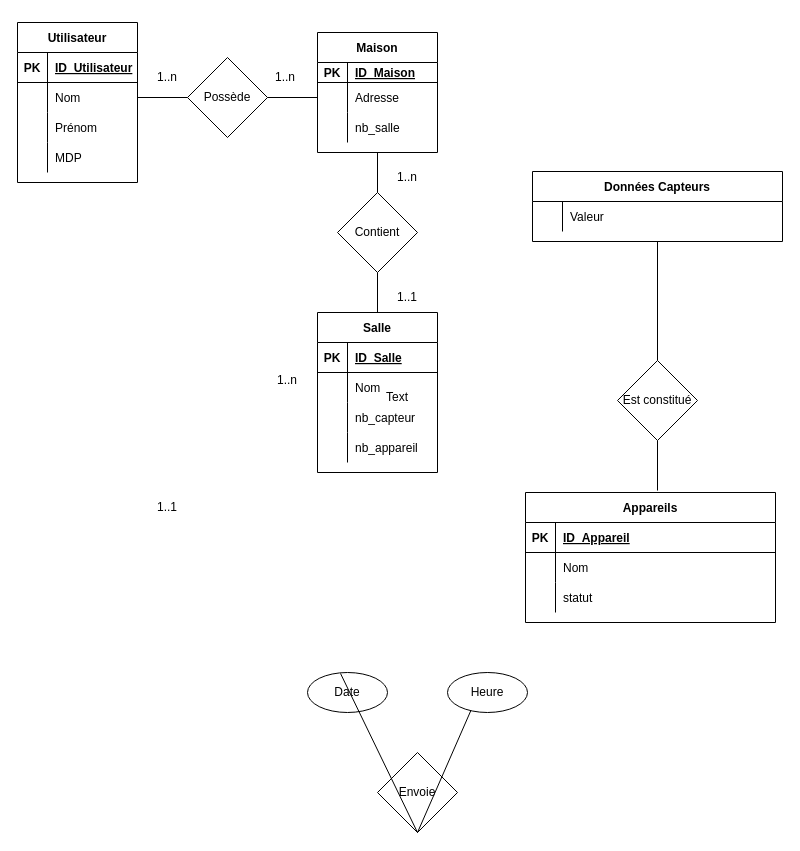
This is Diagramme sans nom.drawio from Elias-djebbour/SmartPhome, a draw.io file, before an edit. Source tidied: cells renumbered, new cells numbered last; positions are measured from the earlier drawing's top-left corner, leaving out a move shared by most shapes. Both pictures are drawn from the tidied source at 100%, with x=0, y=0 at pixel (17, 22).
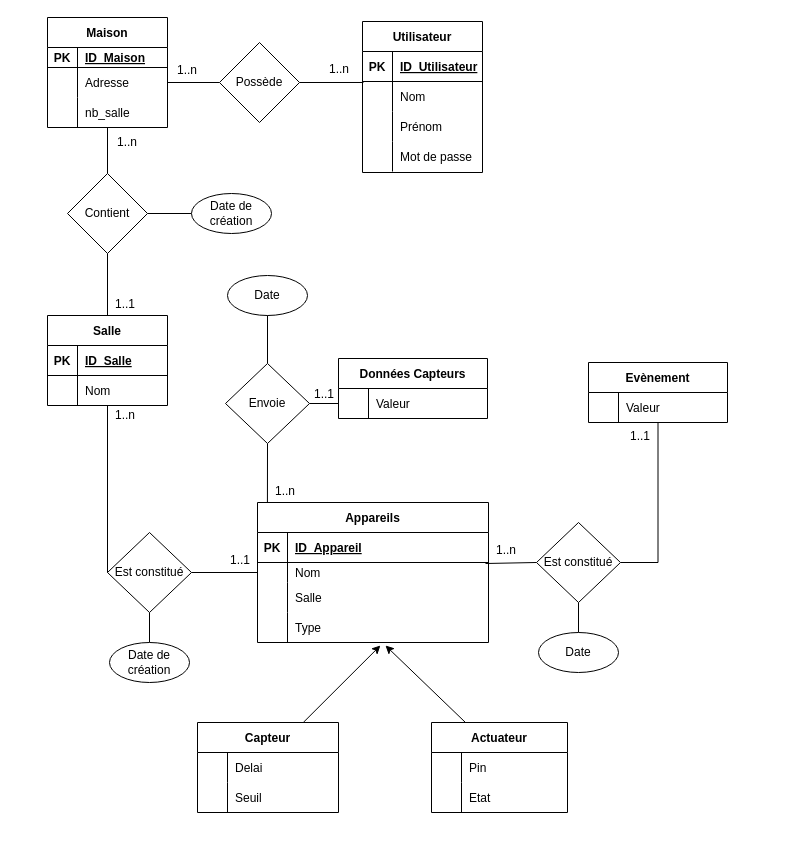
The same page after the edit.

Commit message (it also covers changes not shown here):
Mettre à jour Diagramme sans nom.drawio

Unchanged cells that the change refers to:
```xml
<mxCell id="16" style="shape=partialRectangle;fillColor=none;points=[[0,0.5],[1,0.5]];portConstraint=eastwest;top=0;left=0;right=0;bottom=0;" parent="12" vertex="1">
  <mxGeometry y="60" width="120" height="30" as="geometry" />
</mxCell>
<mxCell id="22" style="shape=partialRectangle;fillColor=none;top=0;left=0;right=0;bottom=0;" parent="12" vertex="1">
  <mxGeometry y="120" width="120" height="30" as="geometry" />
</mxCell>
<mxCell id="30" style="shape=partialRectangle;fillColor=none;points=[[0,0.5],[1,0.5]];portConstraint=eastwest;top=0;left=0;right=0;bottom=0;" parent="26" vertex="1">
  <mxGeometry y="50" width="120" height="30" as="geometry" />
</mxCell>
```

Diff of the diagram source:
```diff
@@
+    <mxCell id="73" style="rounded=0;jettySize=auto;html=1;exitX=0.043;exitY=0;exitDx=0;exitDy=0;entryX=0.5;entryY=1;entryDx=0;entryDy=0;endArrow=none;endFill=0;exitPerimeter=0;" parent="1" edge="1" source="2" target="56">
+      <mxGeometry relative="1" as="geometry" />
+    </mxCell>
     <mxCell id="2" value="Appareils" style="shape=table;startSize=30;childLayout=tableLayout;rowLines=0;fontStyle=1;align=center;" parent="1" vertex="1">
-      <mxGeometry x="508" y="470" width="250" height="130" as="geometry" />
+      <mxGeometry x="240" y="480" width="231" height="140" as="geometry" />
     </mxCell>
     <mxCell id="3" style="shape=partialRectangle;fillColor=none;top=0;left=0;right=0;bottom=1;" parent="2" vertex="1">
-      <mxGeometry y="30" width="250" height="30" as="geometry" />
+      <mxGeometry y="30" width="231" height="30" as="geometry" />
     </mxCell>
@@
     <mxCell id="5" value="ID_Appareil" style="shape=partialRectangle;overflow=hidden;fillColor=none;top=0;left=0;bottom=0;right=0;align=left;spacingLeft=6;fontStyle=5;" parent="3" vertex="1">
-      <mxGeometry x="30" width="220" height="30" as="geometry" />
+      <mxGeometry x="30" width="201" height="30" as="geometry" />
     </mxCell>
     <mxCell id="6" style="shape=partialRectangle;fillColor=none;points=[[0,0.5],[1,0.5]];portConstraint=eastwest;top=0;left=0;right=0;bottom=0;" parent="2" vertex="1">
-      <mxGeometry y="60" width="250" height="30" as="geometry" />
+      <mxGeometry y="60" width="231" height="20" as="geometry" />
     </mxCell>
     <mxCell id="7" style="shape=partialRectangle;overflow=hidden;fillColor=none;top=0;left=0;bottom=0;right=0;" parent="6" vertex="1">
-      <mxGeometry width="30" height="30" as="geometry" />
+      <mxGeometry width="30" height="20" as="geometry" />
     </mxCell>
     <mxCell id="8" value="Nom" style="shape=partialRectangle;overflow=hidden;fillColor=none;top=0;left=0;bottom=0;right=0;align=left;spacingLeft=6;" parent="6" vertex="1">
-      <mxGeometry x="30" width="220" height="30" as="geometry" />
+      <mxGeometry x="30" width="201" height="20" as="geometry" />
     </mxCell>
     <mxCell id="9" style="shape=partialRectangle;fillColor=none;top=0;left=0;right=0;bottom=0;" parent="2" vertex="1">
-      <mxGeometry y="90" width="250" height="30" as="geometry" />
+      <mxGeometry y="80" width="231" height="30" as="geometry" />
     </mxCell>
@@
-    <mxCell id="11" value="statut" style="shape=partialRectangle;overflow=hidden;fillColor=none;top=0;left=0;bottom=0;right=0;align=left;spacingLeft=6;" parent="9" vertex="1">
-      <mxGeometry x="30" width="220" height="30" as="geometry" />
+    <mxCell id="11" value="Salle" style="shape=partialRectangle;overflow=hidden;fillColor=none;top=0;left=0;bottom=0;right=0;align=left;spacingLeft=6;" parent="9" vertex="1">
+      <mxGeometry x="30" width="201" height="30" as="geometry" />
     </mxCell>
+    <mxCell id="74" style="shape=partialRectangle;fillColor=none;points=[[0,0.5],[1,0.5]];portConstraint=eastwest;top=0;left=0;right=0;bottom=0;" parent="2" vertex="1">
+      <mxGeometry y="110" width="231" height="30" as="geometry" />
+    </mxCell>
+    <mxCell id="75" style="shape=partialRectangle;overflow=hidden;fillColor=none;top=0;left=0;bottom=0;right=0;" parent="74" vertex="1">
+      <mxGeometry width="30" height="30" as="geometry" />
+    </mxCell>
+    <mxCell id="76" value="Type" style="shape=partialRectangle;overflow=hidden;fillColor=none;top=0;left=0;bottom=0;right=0;align=left;spacingLeft=6;" parent="74" vertex="1">
+      <mxGeometry x="30" width="201" height="30" as="geometry" />
+    </mxCell>
     <mxCell id="12" value="Utilisateur" style="shape=table;startSize=30;childLayout=tableLayout;rowLines=0;fontStyle=1;align=center;" parent="1" vertex="1">
-      <mxGeometry width="120" height="160" as="geometry" />
+      <mxGeometry x="345" y="-1" width="120" height="151" as="geometry" />
     </mxCell>
@@
-    <mxCell id="24" value="MDP" style="shape=partialRectangle;overflow=hidden;fillColor=none;top=0;left=0;bottom=0;right=0;align=left;spacingLeft=6;" parent="22" vertex="1">
+    <mxCell id="24" value="Mot de passe" style="shape=partialRectangle;overflow=hidden;fillColor=none;top=0;left=0;bottom=0;right=0;align=left;spacingLeft=6;" parent="22" vertex="1">
       <mxGeometry x="30" width="90" height="30" as="geometry" />
     </mxCell>
+    <mxCell id="77" style="rounded=0;jettySize=auto;html=1;exitX=1;exitY=0.5;exitDx=0;exitDy=0;entryX=0.008;entryY=0.033;entryDx=0;entryDy=0;entryPerimeter=0;endArrow=none;endFill=0;" parent="1" edge="1" source="25" target="16">
+      <mxGeometry relative="1" as="geometry" />
+    </mxCell>
+    <mxCell id="50" style="rounded=0;jettySize=auto;html=1;exitX=0;exitY=0.5;exitDx=0;exitDy=0;endArrow=none;endFill=0;" parent="1" edge="1" source="25" target="30">
+      <mxGeometry relative="1" as="geometry" />
+    </mxCell>
     <mxCell id="25" value="Possède" style="rhombus;whiteSpace=wrap;html=1;" parent="1" vertex="1">
-      <mxGeometry x="170" y="35" width="80" height="80" as="geometry" />
+      <mxGeometry x="202" y="20" width="80" height="80" as="geometry" />
     </mxCell>
     <mxCell id="26" value="Maison" style="shape=table;startSize=30;childLayout=tableLayout;rowLines=0;fontStyle=1;align=center;" parent="1" vertex="1">
-      <mxGeometry x="300" y="10" width="120" height="120" as="geometry" />
+      <mxGeometry x="30" y="-5" width="120" height="110" as="geometry" />
     </mxCell>
@@
     <mxCell id="36" value="Salle" style="shape=table;startSize=30;childLayout=tableLayout;rowLines=0;fontStyle=1;align=center;" parent="1" vertex="1">
-      <mxGeometry x="300" y="290" width="120" height="160" as="geometry" />
+      <mxGeometry x="30" y="293" width="120" height="90" as="geometry" />
     </mxCell>
@@
-    <mxCell id="43" style="shape=partialRectangle;fillColor=none;top=0;left=0;right=0;bottom=0;" parent="36" vertex="1">
-      <mxGeometry y="90" width="120" height="30" as="geometry" />
-    </mxCell>
-    <mxCell id="44" style="shape=partialRectangle;overflow=hidden;fillColor=none;top=0;left=0;bottom=0;right=0;" parent="43" vertex="1">
-      <mxGeometry width="30" height="30" as="geometry" />
-    </mxCell>
-    <mxCell id="45" value="nb_capteur" style="shape=partialRectangle;overflow=hidden;fillColor=none;top=0;left=0;bottom=0;right=0;align=left;spacingLeft=6;" parent="43" vertex="1">
-      <mxGeometry x="30" width="90" height="30" as="geometry" />
-    </mxCell>
-    <mxCell id="46" style="shape=partialRectangle;fillColor=none;top=0;left=0;right=0;bottom=0;" parent="36" vertex="1">
-      <mxGeometry y="120" width="120" height="30" as="geometry" />
-    </mxCell>
-    <mxCell id="47" style="shape=partialRectangle;overflow=hidden;fillColor=none;top=0;left=0;bottom=0;right=0;" parent="46" vertex="1">
-      <mxGeometry width="30" height="30" as="geometry" />
-    </mxCell>
-    <mxCell id="48" value="nb_appareil" style="shape=partialRectangle;overflow=hidden;fillColor=none;top=0;left=0;bottom=0;right=0;align=left;spacingLeft=6;" parent="46" vertex="1">
-      <mxGeometry x="30" width="90" height="30" as="geometry" />
-    </mxCell>
-    <mxCell id="49" style="endArrow=none;html=1;rounded=0;entryX=0;entryY=0.5;entryDx=0;entryDy=0;exitX=1;exitY=0.5;exitDx=0;exitDy=0;" parent="1" edge="1" source="16" target="25">
-      <mxGeometry relative="1" as="geometry" />
-    </mxCell>
-    <mxCell id="50" style="endArrow=none;html=1;rounded=0;exitX=1;exitY=0.5;exitDx=0;exitDy=0;entryX=0;entryY=0.5;entryDx=0;entryDy=0;" parent="1" edge="1" source="25" target="30">
-      <mxGeometry relative="1" as="geometry" />
-    </mxCell>
+    <mxCell id="78" style="rounded=0;jettySize=auto;html=1;exitX=1;exitY=0.5;exitDx=0;exitDy=0;entryX=0;entryY=0.5;entryDx=0;entryDy=0;endArrow=none;endFill=0;" parent="1" edge="1" source="51" target="108">
+      <mxGeometry relative="1" as="geometry" />
+    </mxCell>
     <mxCell id="51" value="Contient" style="rhombus;whiteSpace=wrap;html=1;" parent="1" vertex="1">
-      <mxGeometry x="320" y="170" width="80" height="80" as="geometry" />
+      <mxGeometry x="50" y="151" width="80" height="80" as="geometry" />
     </mxCell>
@@
-    <mxCell id="54" value="Est constitué" style="rhombus;whiteSpace=wrap;html=1;" parent="1" vertex="1">
-      <mxGeometry x="600" y="338" width="80" height="80" as="geometry" />
-    </mxCell>
-    <mxCell id="55" style="endArrow=none;html=1;rounded=0;entryX=0.5;entryY=1;entryDx=0;entryDy=0;exitX=0.528;exitY=-0.015;exitDx=0;exitDy=0;exitPerimeter=0;" parent="1" edge="1" source="2" target="54">
-      <mxGeometry relative="1" as="geometry" />
-    </mxCell>
-    <mxCell id="56" value="Envoie" style="rhombus;whiteSpace=wrap;html=1;" parent="1" vertex="1">
-      <mxGeometry x="360" y="730" width="80" height="80" as="geometry" />
-    </mxCell>
     <mxCell id="57" value="Données Capteurs" style="shape=table;startSize=30;childLayout=tableLayout;rowLines=0;fontStyle=1;align=center;" parent="1" vertex="1">
-      <mxGeometry x="515" y="149" width="250" height="70" as="geometry" />
+      <mxGeometry x="321" y="336" width="149" height="60" as="geometry" />
     </mxCell>
     <mxCell id="58" style="shape=partialRectangle;fillColor=none;points=[[0,0.5],[1,0.5]];portConstraint=eastwest;top=0;left=0;right=0;bottom=0;" parent="57" vertex="1">
-      <mxGeometry y="30" width="250" height="30" as="geometry" />
+      <mxGeometry y="30" width="149" height="30" as="geometry" />
     </mxCell>
@@
     <mxCell id="60" value="Valeur" style="shape=partialRectangle;overflow=hidden;fillColor=none;top=0;left=0;bottom=0;right=0;align=left;spacingLeft=6;" parent="58" vertex="1">
-      <mxGeometry x="30" width="220" height="30" as="geometry" />
+      <mxGeometry x="30" width="119" height="30" as="geometry" />
     </mxCell>
     <mxCell id="61" value="Date" style="ellipse;whiteSpace=wrap;html=1;" parent="1" vertex="1">
-      <mxGeometry x="290" y="650" width="80" height="40" as="geometry" />
+      <mxGeometry x="210" y="253" width="80" height="40" as="geometry" />
     </mxCell>
+    <mxCell id="79" style="rounded=0;jettySize=auto;html=1;exitX=1;exitY=0.5;exitDx=0;exitDy=0;entryX=0;entryY=0.5;entryDx=0;entryDy=0;endArrow=none;endFill=0;" parent="1" edge="1" source="80" target="6">
+      <mxGeometry relative="1" as="geometry" />
+    </mxCell>
+    <mxCell id="80" value="Est constitué" style="rhombus;whiteSpace=wrap;html=1;" parent="1" vertex="1">
+      <mxGeometry x="90" y="510" width="84" height="80" as="geometry" />
+    </mxCell>
+    <mxCell id="81" style="rounded=0;jettySize=auto;html=1;exitX=0.5;exitY=1;exitDx=0;exitDy=0;entryX=0;entryY=0.5;entryDx=0;entryDy=0;endArrow=none;endFill=0;" parent="1" edge="1" source="36" target="80">
+      <mxGeometry relative="1" as="geometry" />
+    </mxCell>
+    <mxCell id="82" style="rounded=0;jettySize=auto;html=1;exitX=0.75;exitY=0;exitDx=0;exitDy=0;entryX=0.532;entryY=1.1;entryDx=0;entryDy=0;entryPerimeter=0;" parent="1" edge="1" source="83" target="74">
+      <mxGeometry relative="1" as="geometry" />
+    </mxCell>
+    <mxCell id="83" value="Capteur" style="shape=table;startSize=30;childLayout=tableLayout;rowLines=0;fontStyle=1;align=center;" parent="1" vertex="1">
+      <mxGeometry x="180" y="700" width="141" height="90" as="geometry" />
+    </mxCell>
+    <mxCell id="84" style="shape=partialRectangle;fillColor=none;top=0;left=0;right=0;bottom=0;" parent="83" vertex="1">
+      <mxGeometry y="30" width="141" height="30" as="geometry" />
+    </mxCell>
+    <mxCell id="85" style="shape=partialRectangle;overflow=hidden;fillColor=none;top=0;left=0;bottom=0;right=0;" parent="84" vertex="1">
+      <mxGeometry width="30" height="30" as="geometry" />
+    </mxCell>
+    <mxCell id="86" value="Delai" style="shape=partialRectangle;overflow=hidden;fillColor=none;top=0;left=0;bottom=0;right=0;align=left;spacingLeft=6;" parent="84" vertex="1">
+      <mxGeometry x="30" width="111" height="30" as="geometry" />
+    </mxCell>
+    <mxCell id="87" style="shape=partialRectangle;fillColor=none;top=0;left=0;right=0;bottom=0;" parent="83" vertex="1">
+      <mxGeometry y="60" width="141" height="30" as="geometry" />
+    </mxCell>
+    <mxCell id="88" style="shape=partialRectangle;overflow=hidden;fillColor=none;top=0;left=0;bottom=0;right=0;" parent="87" vertex="1">
+      <mxGeometry width="30" height="30" as="geometry" />
+    </mxCell>
+    <mxCell id="89" value="Seuil" style="shape=partialRectangle;overflow=hidden;fillColor=none;top=0;left=0;bottom=0;right=0;align=left;spacingLeft=6;" parent="87" vertex="1">
+      <mxGeometry x="30" width="111" height="30" as="geometry" />
+    </mxCell>
+    <mxCell id="90" style="rounded=0;jettySize=auto;html=1;exitX=0.25;exitY=0;exitDx=0;exitDy=0;entryX=0.554;entryY=1.1;entryDx=0;entryDy=0;entryPerimeter=0;" parent="1" edge="1" source="91" target="74">
+      <mxGeometry relative="1" as="geometry" />
+    </mxCell>
+    <mxCell id="91" value="Actuateur" style="shape=table;startSize=30;childLayout=tableLayout;rowLines=0;fontStyle=1;align=center;" parent="1" vertex="1">
+      <mxGeometry x="414" y="700" width="136" height="90" as="geometry" />
+    </mxCell>
+    <mxCell id="92" style="shape=partialRectangle;fillColor=none;top=0;left=0;right=0;bottom=0;" parent="91" vertex="1">
+      <mxGeometry y="30" width="136" height="30" as="geometry" />
+    </mxCell>
+    <mxCell id="93" style="shape=partialRectangle;overflow=hidden;fillColor=none;top=0;left=0;bottom=0;right=0;" parent="92" vertex="1">
+      <mxGeometry width="30" height="30" as="geometry" />
+    </mxCell>
+    <mxCell id="94" value="Pin" style="shape=partialRectangle;overflow=hidden;fillColor=none;top=0;left=0;bottom=0;right=0;align=left;spacingLeft=6;" parent="92" vertex="1">
+      <mxGeometry x="30" width="106" height="30" as="geometry" />
+    </mxCell>
+    <mxCell id="95" style="shape=partialRectangle;fillColor=none;top=0;left=0;right=0;bottom=0;" parent="91" vertex="1">
+      <mxGeometry y="60" width="136" height="30" as="geometry" />
+    </mxCell>
+    <mxCell id="96" style="shape=partialRectangle;overflow=hidden;fillColor=none;top=0;left=0;bottom=0;right=0;" parent="95" vertex="1">
+      <mxGeometry width="30" height="30" as="geometry" />
+    </mxCell>
+    <mxCell id="97" value="Etat" style="shape=partialRectangle;overflow=hidden;fillColor=none;top=0;left=0;bottom=0;right=0;align=left;spacingLeft=6;" parent="95" vertex="1">
+      <mxGeometry x="30" width="106" height="30" as="geometry" />
+    </mxCell>
+    <mxCell id="98" style="rounded=0;jettySize=auto;html=1;exitX=1;exitY=0.5;exitDx=0;exitDy=0;entryX=0;entryY=0.5;entryDx=0;entryDy=0;endArrow=none;endFill=0;" parent="1" edge="1" source="56" target="58">
+      <mxGeometry relative="1" as="geometry" />
+    </mxCell>
-    <mxCell id="62" style="endArrow=none;html=1;rounded=0;exitX=0.5;exitY=1;exitDx=0;exitDy=0;entryX=0.413;entryY=0.025;entryDx=0;entryDy=0;entryPerimeter=0;" parent="1" edge="1" source="56" target="61">
+    <mxCell id="62" style="rounded=0;jettySize=auto;html=1;exitX=0.5;exitY=0;exitDx=0;exitDy=0;entryX=0.5;entryY=1;entryDx=0;entryDy=0;endArrow=none;endFill=0;" parent="1" edge="1" source="56" target="61">
       <mxGeometry relative="1" as="geometry" />
     </mxCell>
-    <mxCell id="63" style="endArrow=none;html=1;rounded=0;exitX=0.5;exitY=1;exitDx=0;exitDy=0;entryX=0.5;entryY=0;entryDx=0;entryDy=0;" parent="1" edge="1" source="56" target="64">
-      <mxGeometry relative="1" as="geometry" />
-    </mxCell>
-    <mxCell id="64" value="Heure" style="ellipse;whiteSpace=wrap;html=1;" parent="1" vertex="1">
-      <mxGeometry x="430" y="650" width="80" height="40" as="geometry" />
-    </mxCell>
-    <mxCell id="65" value="Text" style="text;html=1;strokeColor=none;fillColor=none;align=center;verticalAlign=middle;whiteSpace=wrap;rounded=0;" parent="1" vertex="1">
-      <mxGeometry x="350" y="360" width="60" height="30" as="geometry" />
-    </mxCell>
-    <mxCell id="66" value="1..n" style="text;html=1;strokeColor=none;fillColor=none;align=center;verticalAlign=middle;whiteSpace=wrap;rounded=0;" parent="1" vertex="1">
-      <mxGeometry x="120" y="40" width="60" height="30" as="geometry" />
-    </mxCell>
-    <mxCell id="67" value="1..n" style="text;html=1;strokeColor=none;fillColor=none;align=center;verticalAlign=middle;whiteSpace=wrap;rounded=0;" parent="1" vertex="1">
-      <mxGeometry x="238" y="40" width="60" height="30" as="geometry" />
-    </mxCell>
-    <mxCell id="68" value="1..n" style="text;html=1;strokeColor=none;fillColor=none;align=center;verticalAlign=middle;whiteSpace=wrap;rounded=0;" parent="1" vertex="1">
-      <mxGeometry x="360" y="140" width="60" height="30" as="geometry" />
-    </mxCell>
-    <mxCell id="69" value="1..1" style="text;html=1;strokeColor=none;fillColor=none;align=center;verticalAlign=middle;whiteSpace=wrap;rounded=0;" parent="1" vertex="1">
-      <mxGeometry x="360" y="260" width="60" height="30" as="geometry" />
-    </mxCell>
-    <mxCell id="70" value="1..n" style="text;html=1;strokeColor=none;fillColor=none;align=center;verticalAlign=middle;whiteSpace=wrap;rounded=0;" parent="1" vertex="1">
-      <mxGeometry x="240" y="343" width="60" height="30" as="geometry" />
-    </mxCell>
-    <mxCell id="71" value="1..1" style="text;html=1;strokeColor=none;fillColor=none;align=center;verticalAlign=middle;whiteSpace=wrap;rounded=0;" parent="1" vertex="1">
-      <mxGeometry x="120" y="470" width="60" height="30" as="geometry" />
-    </mxCell>
-    <mxCell id="72" style="endArrow=none;html=1;rounded=0;exitX=0.5;exitY=0;exitDx=0;exitDy=0;entryX=0.5;entryY=1;entryDx=0;entryDy=0;" parent="1" edge="1" source="54" target="57">
-      <mxGeometry relative="1" as="geometry" />
-    </mxCell>
+    <mxCell id="56" value="Envoie" style="rhombus;whiteSpace=wrap;html=1;" parent="1" vertex="1">
+      <mxGeometry x="208" y="341" width="84" height="80" as="geometry" />
+    </mxCell>
+    <mxCell id="99" style="rounded=0;jettySize=auto;html=1;exitX=0;exitY=0.5;exitDx=0;exitDy=0;entryX=0.987;entryY=0.05;entryDx=0;entryDy=0;entryPerimeter=0;endArrow=none;endFill=0;" parent="1" edge="1" source="101" target="6">
+      <mxGeometry relative="1" as="geometry" />
+    </mxCell>
+    <mxCell id="100" style="edgeStyle=orthogonalEdgeStyle;rounded=0;jettySize=auto;html=1;exitX=1;exitY=0.5;exitDx=0;exitDy=0;entryX=0.5;entryY=1;entryDx=0;entryDy=0;endArrow=none;endFill=0;" parent="1" edge="1" source="101" target="102">
+      <mxGeometry relative="1" as="geometry" />
+    </mxCell>
+    <mxCell id="101" value="Est constitué" style="rhombus;whiteSpace=wrap;html=1;" parent="1" vertex="1">
+      <mxGeometry x="519" y="500" width="84" height="80" as="geometry" />
+    </mxCell>
+    <mxCell id="102" value="Evènement" style="shape=table;startSize=30;childLayout=tableLayout;rowLines=0;fontStyle=1;align=center;" parent="1" vertex="1">
+      <mxGeometry x="571" y="340" width="139" height="60" as="geometry" />
+    </mxCell>
+    <mxCell id="103" style="shape=partialRectangle;fillColor=none;top=0;left=0;right=0;bottom=0;" parent="102" vertex="1">
+      <mxGeometry y="30" width="139" height="30" as="geometry" />
+    </mxCell>
+    <mxCell id="104" style="shape=partialRectangle;overflow=hidden;fillColor=none;top=0;left=0;bottom=0;right=0;" parent="103" vertex="1">
+      <mxGeometry width="30" height="30" as="geometry" />
+    </mxCell>
+    <mxCell id="105" value="Valeur" style="shape=partialRectangle;overflow=hidden;fillColor=none;top=0;left=0;bottom=0;right=0;align=left;spacingLeft=6;" parent="103" vertex="1">
+      <mxGeometry x="30" width="109" height="30" as="geometry" />
+    </mxCell>
+    <mxCell id="106" style="rounded=0;jettySize=auto;html=1;exitX=0.5;exitY=0;exitDx=0;exitDy=0;entryX=0.5;entryY=1;entryDx=0;entryDy=0;endArrow=none;endFill=0;" parent="1" edge="1" source="107" target="101">
+      <mxGeometry relative="1" as="geometry" />
+    </mxCell>
+    <mxCell id="107" value="Date" style="ellipse;whiteSpace=wrap;html=1;" parent="1" vertex="1">
+      <mxGeometry x="521" y="610" width="80" height="40" as="geometry" />
+    </mxCell>
+    <mxCell id="108" value="Date de création" style="ellipse;whiteSpace=wrap;html=1;" parent="1" vertex="1">
+      <mxGeometry x="174" y="171" width="80" height="40" as="geometry" />
+    </mxCell>
+    <mxCell id="109" style="rounded=0;jettySize=auto;html=1;exitX=0.5;exitY=0;exitDx=0;exitDy=0;entryX=0.5;entryY=1;entryDx=0;entryDy=0;endArrow=none;endFill=0;" parent="1" edge="1" source="110" target="80">
+      <mxGeometry relative="1" as="geometry" />
+    </mxCell>
+    <mxCell id="110" value="Date de création" style="ellipse;whiteSpace=wrap;html=1;" parent="1" vertex="1">
+      <mxGeometry x="92" y="620" width="80" height="40" as="geometry" />
+    </mxCell>
+    <mxCell id="111" value="1..n" style="text;html=1;strokeColor=none;fillColor=none;align=center;verticalAlign=middle;whiteSpace=wrap;rounded=0;" parent="1" vertex="1">
+      <mxGeometry x="140" y="33" width="60" height="30" as="geometry" />
+    </mxCell>
+    <mxCell id="112" value="1..n" style="text;html=1;strokeColor=none;fillColor=none;align=center;verticalAlign=middle;whiteSpace=wrap;rounded=0;" parent="1" vertex="1">
+      <mxGeometry x="292" y="32" width="60" height="30" as="geometry" />
+    </mxCell>
+    <mxCell id="113" value="1..n" style="text;html=1;strokeColor=none;fillColor=none;align=center;verticalAlign=middle;whiteSpace=wrap;rounded=0;" parent="1" vertex="1">
+      <mxGeometry x="80" y="105" width="60" height="30" as="geometry" />
+    </mxCell>
+    <mxCell id="114" value="1..1" style="text;html=1;strokeColor=none;fillColor=none;align=center;verticalAlign=middle;whiteSpace=wrap;rounded=0;" parent="1" vertex="1">
+      <mxGeometry x="78" y="267" width="60" height="30" as="geometry" />
+    </mxCell>
+    <mxCell id="115" value="1..n" style="text;html=1;strokeColor=none;fillColor=none;align=center;verticalAlign=middle;whiteSpace=wrap;rounded=0;" parent="1" vertex="1">
+      <mxGeometry x="78" y="378" width="60" height="30" as="geometry" />
+    </mxCell>
+    <mxCell id="116" value="1..1" style="text;html=1;strokeColor=none;fillColor=none;align=center;verticalAlign=middle;whiteSpace=wrap;rounded=0;" parent="1" vertex="1">
+      <mxGeometry x="193" y="523" width="60" height="30" as="geometry" />
+    </mxCell>
+    <mxCell id="117" value="1..n" style="text;html=1;strokeColor=none;fillColor=none;align=center;verticalAlign=middle;whiteSpace=wrap;rounded=0;" parent="1" vertex="1">
+      <mxGeometry x="238" y="454" width="60" height="30" as="geometry" />
+    </mxCell>
+    <mxCell id="118" value="1..1" style="text;html=1;strokeColor=none;fillColor=none;align=center;verticalAlign=middle;whiteSpace=wrap;rounded=0;" parent="1" vertex="1">
+      <mxGeometry x="277" y="357" width="60" height="30" as="geometry" />
+    </mxCell>
+    <mxCell id="119" value="1..n" style="text;html=1;strokeColor=none;fillColor=none;align=center;verticalAlign=middle;whiteSpace=wrap;rounded=0;" parent="1" vertex="1">
+      <mxGeometry x="459" y="513" width="60" height="30" as="geometry" />
+    </mxCell>
+    <mxCell id="120" value="1..1" style="text;html=1;strokeColor=none;fillColor=none;align=center;verticalAlign=middle;whiteSpace=wrap;rounded=0;" parent="1" vertex="1">
+      <mxGeometry x="593" y="399" width="60" height="30" as="geometry" />
+    </mxCell>
```
